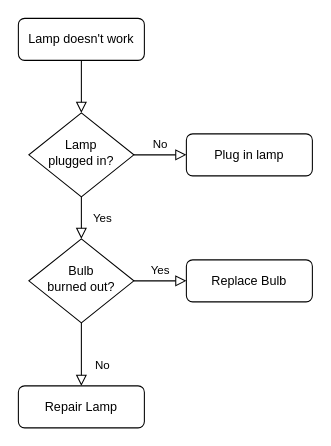
Earlier version of the draw.io diagram src/Untitled Diagram.drawio (Panacota96/Group-11--Secure-against-personal-assaults-with-IoT-and-AI). Source tidied: cells renumbered, new cells numbered last; positions are measured from the earlier drawing's top-left corner, leaving out a move shared by most shapes. Both pictures are drawn from the tidied source at 105%, with x=0, y=0 at pixel (18, 18).
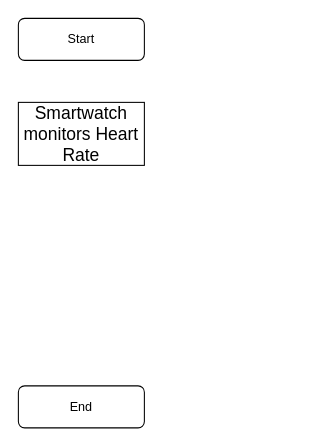
The same page after the edit.

What changed in the source:
```diff
@@
 <mxGraphModel>
   <root>
     <mxCell id="0" />
     <mxCell id="1" parent="0" />
-    <mxCell id="2" style="rounded=0;html=1;jettySize=auto;fontSize=11;endArrow=block;endFill=0;endSize=8;strokeWidth=1;shadow=0;labelBackgroundColor=none;edgeStyle=orthogonalEdgeStyle;" parent="1" edge="1" source="3" target="6">
-      <mxGeometry relative="1" as="geometry" />
-    </mxCell>
-    <mxCell id="3" value="Lamp doesn't work" style="rounded=1;whiteSpace=wrap;html=1;fontSize=12;glass=0;strokeWidth=1;shadow=0;" parent="1" vertex="1">
+    <mxCell id="3" value="Start" style="rounded=1;whiteSpace=wrap;html=1;fontSize=12;glass=0;strokeWidth=1;shadow=0;" parent="1" vertex="1">
       <mxGeometry width="120" height="40" as="geometry" />
     </mxCell>
-    <mxCell id="4" value="Yes" style="rounded=0;html=1;jettySize=auto;fontSize=11;endArrow=block;endFill=0;endSize=8;strokeWidth=1;shadow=0;labelBackgroundColor=none;edgeStyle=orthogonalEdgeStyle;" parent="1" edge="1" source="6" target="10">
-      <mxGeometry y="20" relative="1" as="geometry" />
-    </mxCell>
-    <mxCell id="5" value="No" style="edgeStyle=orthogonalEdgeStyle;rounded=0;html=1;jettySize=auto;fontSize=11;endArrow=block;endFill=0;endSize=8;strokeWidth=1;shadow=0;labelBackgroundColor=none;" parent="1" edge="1" source="6" target="7">
-      <mxGeometry y="10" relative="1" as="geometry" />
-    </mxCell>
-    <mxCell id="6" value="Lamp&lt;br&gt;plugged in?" style="rhombus;whiteSpace=wrap;html=1;shadow=0;fontFamily=Helvetica;fontSize=12;align=center;strokeWidth=1;spacing=6;spacingTop=-4;" parent="1" vertex="1">
-      <mxGeometry x="10" y="90" width="100" height="80" as="geometry" />
-    </mxCell>
-    <mxCell id="7" value="Plug in lamp" style="rounded=1;whiteSpace=wrap;html=1;fontSize=12;glass=0;strokeWidth=1;shadow=0;" parent="1" vertex="1">
-      <mxGeometry x="160" y="110" width="120" height="40" as="geometry" />
-    </mxCell>
-    <mxCell id="8" value="No" style="rounded=0;html=1;jettySize=auto;fontSize=11;endArrow=block;endFill=0;endSize=8;strokeWidth=1;shadow=0;labelBackgroundColor=none;edgeStyle=orthogonalEdgeStyle;" parent="1" edge="1" source="10" target="11">
-      <mxGeometry x="0.33" y="20" relative="1" as="geometry" />
-    </mxCell>
-    <mxCell id="9" value="Yes" style="edgeStyle=orthogonalEdgeStyle;rounded=0;html=1;jettySize=auto;fontSize=11;endArrow=block;endFill=0;endSize=8;strokeWidth=1;shadow=0;labelBackgroundColor=none;" parent="1" edge="1" source="10" target="12">
-      <mxGeometry y="10" relative="1" as="geometry" />
-    </mxCell>
-    <mxCell id="10" value="Bulb&lt;br&gt;burned out?" style="rhombus;whiteSpace=wrap;html=1;shadow=0;fontFamily=Helvetica;fontSize=12;align=center;strokeWidth=1;spacing=6;spacingTop=-4;" parent="1" vertex="1">
-      <mxGeometry x="10" y="210" width="100" height="80" as="geometry" />
-    </mxCell>
-    <mxCell id="11" value="Repair Lamp" style="rounded=1;whiteSpace=wrap;html=1;fontSize=12;glass=0;strokeWidth=1;shadow=0;" parent="1" vertex="1">
+    <mxCell id="11" value="End" style="rounded=1;whiteSpace=wrap;html=1;fontSize=12;glass=0;strokeWidth=1;shadow=0;" parent="1" vertex="1">
       <mxGeometry y="350" width="120" height="40" as="geometry" />
     </mxCell>
-    <mxCell id="12" value="Replace Bulb" style="rounded=1;whiteSpace=wrap;html=1;fontSize=12;glass=0;strokeWidth=1;shadow=0;" parent="1" vertex="1">
-      <mxGeometry x="160" y="230" width="120" height="40" as="geometry" />
-    </mxCell>
+    <mxCell id="13" value="&lt;span data-lucid-content=&quot;{&amp;quot;t&amp;quot;:&amp;quot;Smartwatch monitors Heart Rate&amp;quot;,&amp;quot;m&amp;quot;:[{&amp;quot;s&amp;quot;:0,&amp;quot;n&amp;quot;:&amp;quot;p&amp;quot;,&amp;quot;v&amp;quot;:1.2},{&amp;quot;s&amp;quot;:0,&amp;quot;n&amp;quot;:&amp;quot;a&amp;quot;,&amp;quot;v&amp;quot;:&amp;quot;center&amp;quot;},{&amp;quot;s&amp;quot;:0,&amp;quot;n&amp;quot;:&amp;quot;s&amp;quot;,&amp;quot;v&amp;quot;:22.22222222222222,&amp;quot;e&amp;quot;:30},{&amp;quot;s&amp;quot;:0,&amp;quot;n&amp;quot;:&amp;quot;fsp&amp;quot;,&amp;quot;v&amp;quot;:&amp;quot;ss_presetShapeStyle2_textStyle&amp;quot;,&amp;quot;e&amp;quot;:30},{&amp;quot;s&amp;quot;:0,&amp;quot;n&amp;quot;:&amp;quot;fsp2&amp;quot;,&amp;quot;v&amp;quot;:&amp;quot;ss_presetShapeStyle2_textStyle&amp;quot;,&amp;quot;e&amp;quot;:30}]}&quot;&gt;&lt;span style=&quot;color:#000000;font-size:16.666666666666664px;&quot;&gt;Smartwatch monitors Heart Rate&lt;/span&gt;&lt;/span&gt;" style="rounded=0;whiteSpace=wrap;html=1;" parent="1" vertex="1">
+      <mxGeometry y="80" width="120" height="60" as="geometry" />
+    </mxCell>
   </root>
 </mxGraphModel>
```
